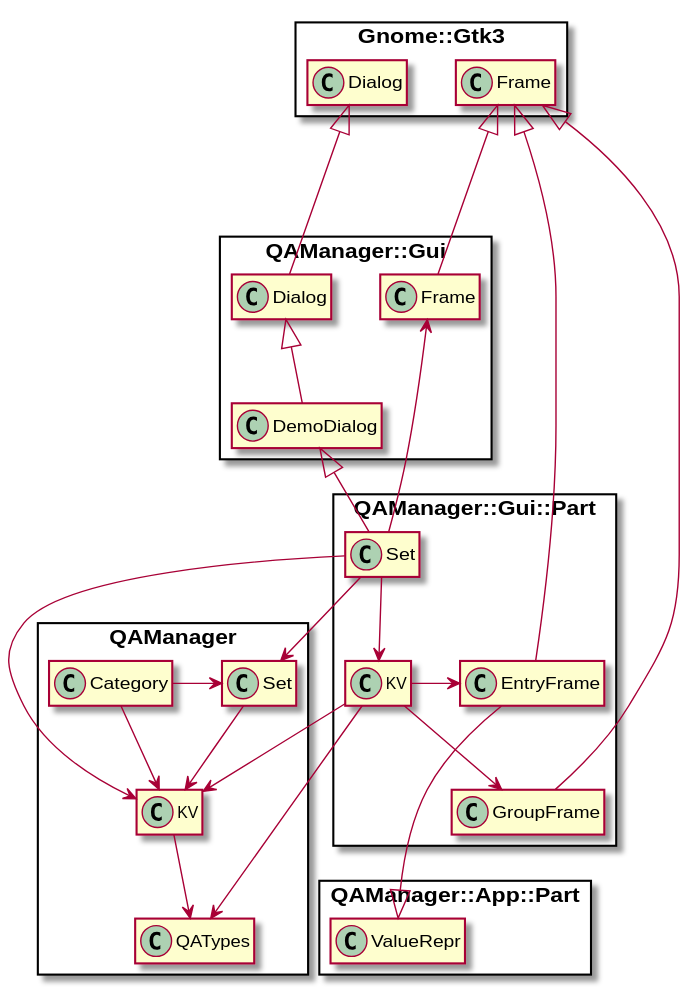
This is doc/plantuml/structure-demodialog.svg from MARTIMM/qa-manager, a PlantUML export, as it was before one commit.
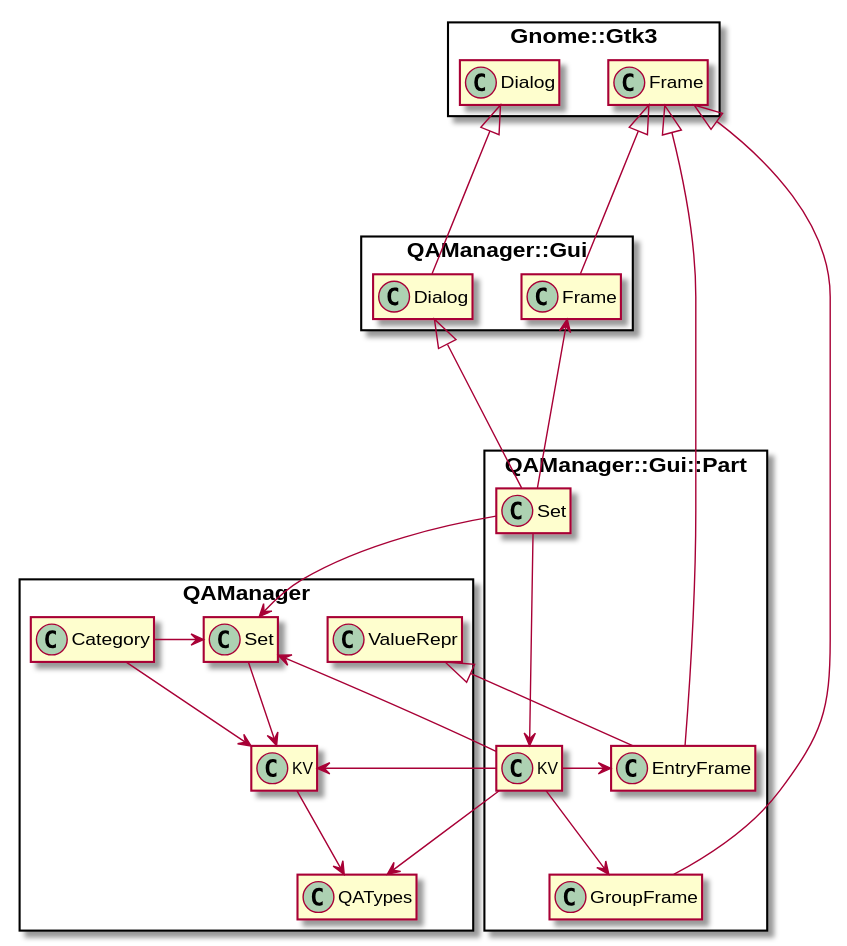
Later version of the same file.

Change to the diagram source:
```diff
@@ -11,23 +11,22 @@
 QAManager::KV --> QAManager::QATypes
 
 Gnome::Gtk3::Dialog <|--- QAManager::Gui::Dialog
-QAManager::Gui::Dialog <|-- QAManager::Gui::DemoDialog
-QAManager::Gui::DemoDialog <|-- QAManager::Gui::Part::Set
+QAManager::Gui::Dialog <|--- QAManager::Gui::Part::Set
 
 QAManager::Gui::Part::Set --> QAManager::Set
-QAManager::Gui::Part::Set --> QAManager::KV
-QAManager::Gui::Part::Set --> QAManager::Gui::Part::KV
+QAManager::Gui::Part::Set ---> QAManager::Gui::Part::KV
 
 QAManager::Gui::Frame <-- QAManager::Gui::Part::Set
 Gnome::Gtk3::Frame <|-- QAManager::Gui::Frame
 
 QAManager::Gui::Part::KV --> QAManager::QATypes
-QAManager::Gui::Part::KV --> QAManager::KV
+QAManager::Gui::Part::KV -> QAManager::KV
+QAManager::Set <-- QAManager::Gui::Part::KV
 QAManager::Gui::Part::KV --> QAManager::Gui::Part::GroupFrame
 QAManager::Gui::Part::KV -> QAManager::Gui::Part::EntryFrame
 
 Gnome::Gtk3::Frame <|-- QAManager::Gui::Part::GroupFrame
 Gnome::Gtk3::Frame <|-- QAManager::Gui::Part::EntryFrame
-QAManager::Gui::Part::EntryFrame ---|> QAManager::App::Part::ValueRepr
+QAManager::Gui::Part::EntryFrame -|> QAManager::ValueRepr
 
 @enduml
```
